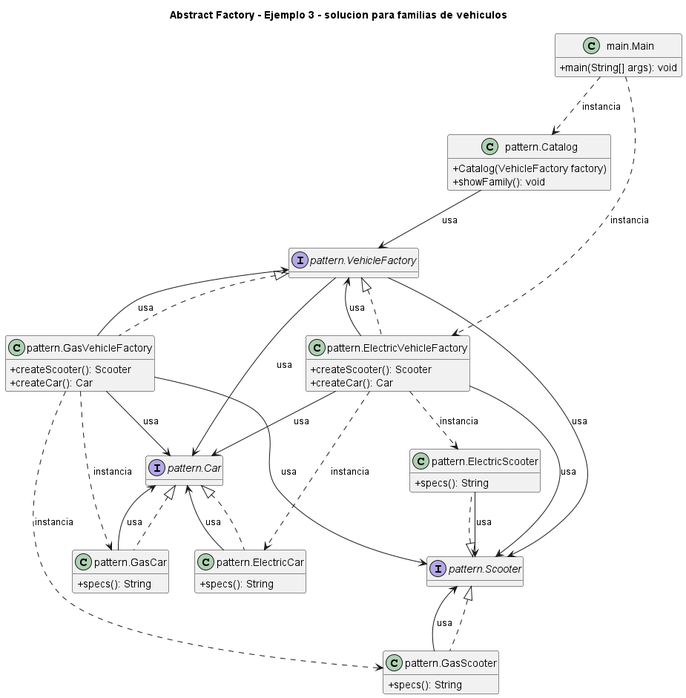
Earlier version of the PlantUML export 1. Creacionales/Abstract Factory/Ejemplo 3 - solucion para familias de vehiculos/UML.png (NicoCG32/Patrones-de-Software-y-Programacion-UCN). Its diagram source:
```plantuml
@startuml
title Abstract Factory - Ejemplo 3 - solucion para familias de vehiculos
skinparam classAttributeIconSize 0
hide empty fields
class "main.Main" as main_Main {
  +main(String[] args): void
}
interface "pattern.Car" as pattern_Car {
}
class "pattern.Catalog" as pattern_Catalog {
  +Catalog(VehicleFactory factory)
  +showFamily(): void
}
class "pattern.ElectricCar" as pattern_ElectricCar {
  +specs(): String
}
class "pattern.ElectricScooter" as pattern_ElectricScooter {
  +specs(): String
}
class "pattern.ElectricVehicleFactory" as pattern_ElectricVehicleFactory {
  +createScooter(): Scooter
  +createCar(): Car
}
class "pattern.GasCar" as pattern_GasCar {
  +specs(): String
}
class "pattern.GasScooter" as pattern_GasScooter {
  +specs(): String
}
class "pattern.GasVehicleFactory" as pattern_GasVehicleFactory {
  +createScooter(): Scooter
  +createCar(): Car
}
interface "pattern.Scooter" as pattern_Scooter {
}
interface "pattern.VehicleFactory" as pattern_VehicleFactory {
}
pattern_Car <|.. pattern_ElectricCar
pattern_Scooter <|.. pattern_ElectricScooter
pattern_VehicleFactory <|.. pattern_ElectricVehicleFactory
pattern_Car <|.. pattern_GasCar
pattern_Scooter <|.. pattern_GasScooter
pattern_VehicleFactory <|.. pattern_GasVehicleFactory
main_Main ..> pattern_Catalog : instancia
main_Main ..> pattern_ElectricVehicleFactory : instancia
pattern_Catalog --> pattern_VehicleFactory : usa
pattern_ElectricCar --> pattern_Car : usa
pattern_ElectricScooter --> pattern_Scooter : usa
pattern_ElectricVehicleFactory --> pattern_Car : usa
pattern_ElectricVehicleFactory ..> pattern_ElectricCar : instancia
pattern_ElectricVehicleFactory ..> pattern_ElectricScooter : instancia
pattern_ElectricVehicleFactory --> pattern_Scooter : usa
pattern_ElectricVehicleFactory --> pattern_VehicleFactory : usa
pattern_GasCar --> pattern_Car : usa
pattern_GasScooter --> pattern_Scooter : usa
pattern_GasVehicleFactory --> pattern_Car : usa
pattern_GasVehicleFactory ..> pattern_GasCar : instancia
pattern_GasVehicleFactory ..> pattern_GasScooter : instancia
pattern_GasVehicleFactory --> pattern_Scooter : usa
pattern_GasVehicleFactory --> pattern_VehicleFactory : usa
pattern_VehicleFactory --> pattern_Car : usa
pattern_VehicleFactory --> pattern_Scooter : usa
@enduml
```
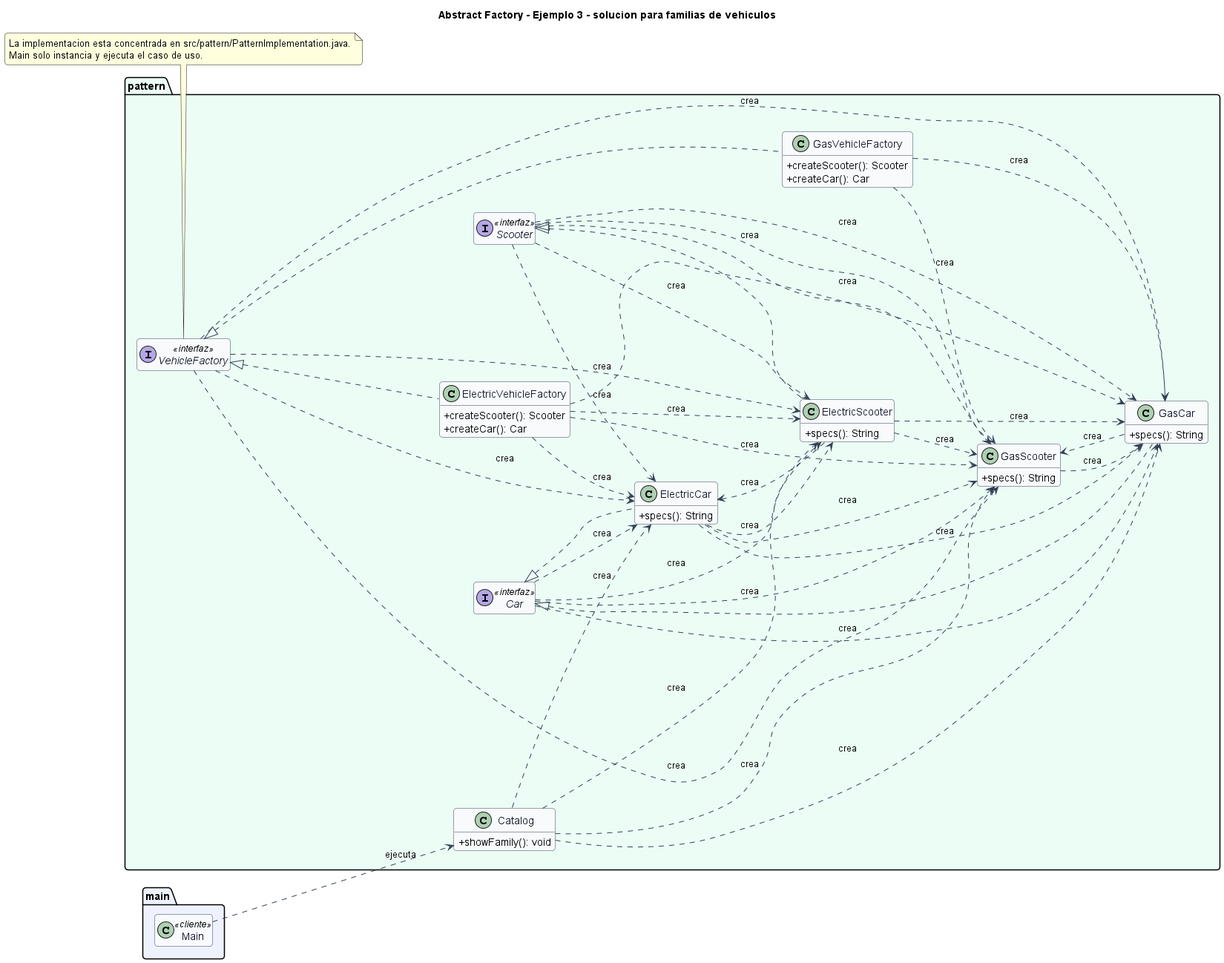
After the commit.

The edit, as a diff of the source:
```diff
@@ -1,63 +1,94 @@
 @startuml
 title Abstract Factory - Ejemplo 3 - solucion para familias de vehiculos
+left to right direction
+skinparam backgroundColor #FFFFFF
+skinparam shadowing false
+skinparam roundcorner 8
 skinparam classAttributeIconSize 0
-hide empty fields
-class "main.Main" as main_Main {
-  +main(String[] args): void
+skinparam class {
+  BackgroundColor #F8FAFC
+  BorderColor #334155
+  ArrowColor #334155
+  FontColor #0F172A
 }
-interface "pattern.Car" as pattern_Car {
+hide empty members
+
+package "main" #EEF2FF {
+  class Main <<cliente>>
 }
-class "pattern.Catalog" as pattern_Catalog {
-  +Catalog(VehicleFactory factory)
-  +showFamily(): void
+
+package "pattern" #ECFDF5 {
+  interface Car <<interfaz>> {
+  }
+  class Catalog {
+    +showFamily(): void
+  }
+  class ElectricCar {
+    +specs(): String
+  }
+  class ElectricScooter {
+    +specs(): String
+  }
+  class ElectricVehicleFactory {
+    +createScooter(): Scooter
+    +createCar(): Car
+  }
+  class GasCar {
+    +specs(): String
+  }
+  class GasScooter {
+    +specs(): String
+  }
+  class GasVehicleFactory {
+    +createScooter(): Scooter
+    +createCar(): Car
+  }
+  interface Scooter <<interfaz>> {
+  }
+  interface VehicleFactory <<interfaz>> {
+  }
 }
-class "pattern.ElectricCar" as pattern_ElectricCar {
-  +specs(): String
-}
-class "pattern.ElectricScooter" as pattern_ElectricScooter {
-  +specs(): String
-}
-class "pattern.ElectricVehicleFactory" as pattern_ElectricVehicleFactory {
-  +createScooter(): Scooter
-  +createCar(): Car
-}
-class "pattern.GasCar" as pattern_GasCar {
-  +specs(): String
-}
-class "pattern.GasScooter" as pattern_GasScooter {
-  +specs(): String
-}
-class "pattern.GasVehicleFactory" as pattern_GasVehicleFactory {
-  +createScooter(): Scooter
-  +createCar(): Car
-}
-interface "pattern.Scooter" as pattern_Scooter {
-}
-interface "pattern.VehicleFactory" as pattern_VehicleFactory {
-}
-pattern_Car <|.. pattern_ElectricCar
-pattern_Scooter <|.. pattern_ElectricScooter
-pattern_VehicleFactory <|.. pattern_ElectricVehicleFactory
-pattern_Car <|.. pattern_GasCar
-pattern_Scooter <|.. pattern_GasScooter
-pattern_VehicleFactory <|.. pattern_GasVehicleFactory
-main_Main ..> pattern_Catalog : instancia
-main_Main ..> pattern_ElectricVehicleFactory : instancia
-pattern_Catalog --> pattern_VehicleFactory : usa
-pattern_ElectricCar --> pattern_Car : usa
-pattern_ElectricScooter --> pattern_Scooter : usa
-pattern_ElectricVehicleFactory --> pattern_Car : usa
-pattern_ElectricVehicleFactory ..> pattern_ElectricCar : instancia
-pattern_ElectricVehicleFactory ..> pattern_ElectricScooter : instancia
-pattern_ElectricVehicleFactory --> pattern_Scooter : usa
-pattern_ElectricVehicleFactory --> pattern_VehicleFactory : usa
-pattern_GasCar --> pattern_Car : usa
-pattern_GasScooter --> pattern_Scooter : usa
-pattern_GasVehicleFactory --> pattern_Car : usa
-pattern_GasVehicleFactory ..> pattern_GasCar : instancia
-pattern_GasVehicleFactory ..> pattern_GasScooter : instancia
-pattern_GasVehicleFactory --> pattern_Scooter : usa
-pattern_GasVehicleFactory --> pattern_VehicleFactory : usa
-pattern_VehicleFactory --> pattern_Car : usa
-pattern_VehicleFactory --> pattern_Scooter : usa
+
+Car <|.. ElectricCar
+Scooter <|.. ElectricScooter
+VehicleFactory <|.. ElectricVehicleFactory
+Car <|.. GasCar
+Scooter <|.. GasScooter
+VehicleFactory <|.. GasVehicleFactory
+Car ..> GasScooter : crea
+Car ..> ElectricCar : crea
+Car ..> ElectricScooter : crea
+Car ..> GasCar : crea
+Catalog ..> GasScooter : crea
+Catalog ..> ElectricCar : crea
+Catalog ..> ElectricScooter : crea
+Catalog ..> GasCar : crea
+ElectricCar ..> GasScooter : crea
+ElectricCar ..> ElectricScooter : crea
+ElectricCar ..> GasCar : crea
+ElectricScooter ..> GasScooter : crea
+ElectricScooter ..> ElectricCar : crea
+ElectricScooter ..> GasCar : crea
+ElectricVehicleFactory ..> GasScooter : crea
+ElectricVehicleFactory ..> ElectricCar : crea
+ElectricVehicleFactory ..> ElectricScooter : crea
+ElectricVehicleFactory ..> GasCar : crea
+GasCar ..> GasScooter : crea
+GasScooter ..> GasCar : crea
+GasVehicleFactory ..> GasScooter : crea
+GasVehicleFactory ..> GasCar : crea
+Scooter ..> GasScooter : crea
+Scooter ..> ElectricCar : crea
+Scooter ..> ElectricScooter : crea
+Scooter ..> GasCar : crea
+VehicleFactory ..> GasScooter : crea
+VehicleFactory ..> ElectricCar : crea
+VehicleFactory ..> ElectricScooter : crea
+VehicleFactory ..> GasCar : crea
+Main ..> Catalog : ejecuta
+
+note bottom
+La implementacion esta concentrada en src/pattern/PatternImplementation.java.
+Main solo instancia y ejecuta el caso de uso.
+end note
 @enduml
```
